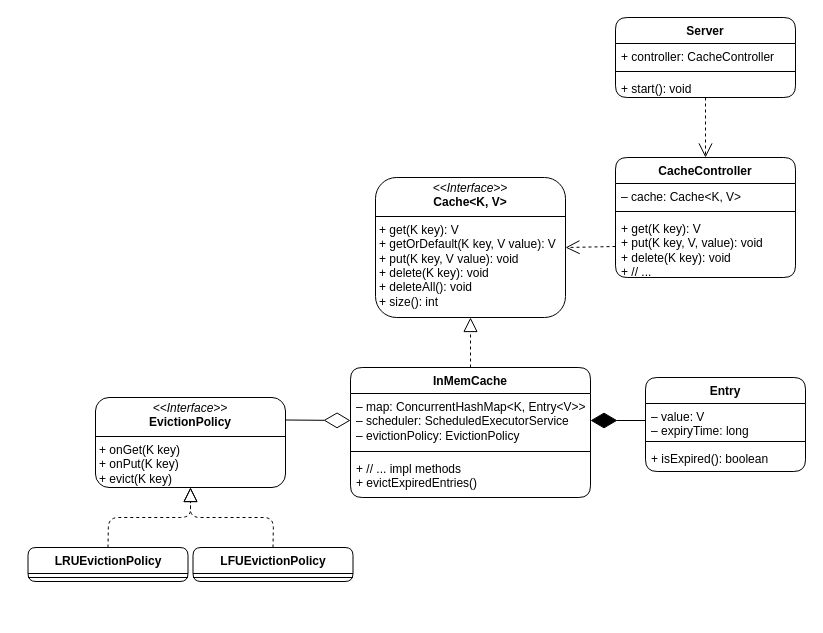
frankziegler3rd/lil-cache keeps this draw.io diagram as assets/lil-cache-LLD.drawio. Above is the earlier version. Source tidied: cells renumbered, new cells numbered last; positions are measured from the earlier drawing's top-left corner, leaving out a move shared by most shapes. Both pictures are drawn from the tidied source at 100%, with x=0, y=0 at pixel (27, 17).
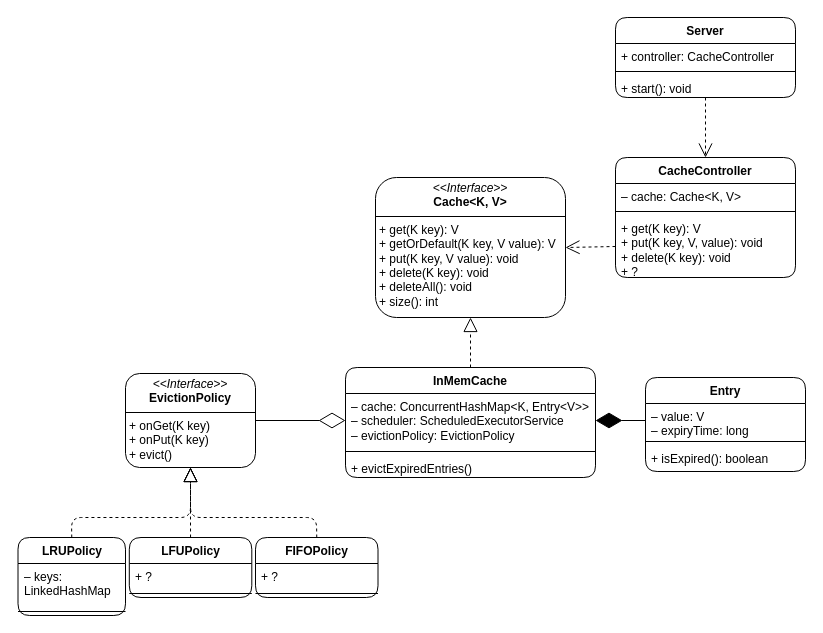
The same page after the edit.

Unchanged cells that the change refers to:
```xml
<mxCell id="25" value="CacheController" style="swimlane;fontStyle=1;align=center;verticalAlign=top;horizontal=1;startSize=26;whiteSpace=wrap;html=1;rounded=1;" parent="1" vertex="1">
  <mxGeometry x="588" y="140" width="180" height="120" as="geometry" />
</mxCell>
```

What changed in the source:
```diff
@@
     <mxCell id="3" value="InMemCache" style="swimlane;fontStyle=1;align=center;verticalAlign=top;horizontal=1;startSize=26;whiteSpace=wrap;html=1;rounded=1;" parent="1" vertex="1">
-      <mxGeometry x="323" y="350" width="240" height="130" as="geometry" />
+      <mxGeometry x="318" y="350" width="250" height="110" as="geometry" />
     </mxCell>
-    <mxCell id="4" value="&lt;div&gt;– map:&amp;nbsp;ConcurrentHashMap&amp;lt;K, Entry&amp;lt;V&amp;gt;&amp;gt;&lt;/div&gt;&lt;div&gt;– scheduler: ScheduledExecutorService&lt;/div&gt;&lt;div&gt;– evictionPolicy: EvictionPolicy&lt;/div&gt;" style="text;strokeColor=none;fillColor=none;align=left;verticalAlign=top;spacingLeft=4;spacingRight=4;overflow=hidden;points=[[0,0.5],[1,0.5]];portConstraint=eastwest;whiteSpace=wrap;html=1;" parent="3" vertex="1">
-      <mxGeometry y="26" width="240" height="54" as="geometry" />
+    <mxCell id="4" value="&lt;div&gt;– cache:&amp;nbsp;ConcurrentHashMap&amp;lt;K, Entry&amp;lt;V&amp;gt;&amp;gt;&lt;/div&gt;&lt;div&gt;– scheduler: ScheduledExecutorService&lt;/div&gt;&lt;div&gt;– evictionPolicy: EvictionPolicy&lt;/div&gt;" style="text;strokeColor=none;fillColor=none;align=left;verticalAlign=top;spacingLeft=4;spacingRight=4;overflow=hidden;points=[[0,0.5],[1,0.5]];portConstraint=eastwest;whiteSpace=wrap;html=1;" parent="3" vertex="1">
+      <mxGeometry y="26" width="250" height="54" as="geometry" />
     </mxCell>
     <mxCell id="5" style="line;strokeWidth=1;fillColor=none;align=left;verticalAlign=middle;spacingTop=-1;spacingLeft=3;spacingRight=3;labelPosition=right;strokeColor=inherit;" parent="3" vertex="1">
-      <mxGeometry y="80" width="240" height="8" as="geometry" />
+      <mxGeometry y="80" width="250" height="8" as="geometry" />
     </mxCell>
-    <mxCell id="6" value="+ // ... impl methods&lt;br&gt;+ evictExpiredEntries()" style="text;strokeColor=none;fillColor=none;align=left;verticalAlign=top;spacingLeft=4;spacingRight=4;overflow=hidden;whiteSpace=wrap;html=1;" parent="3" vertex="1">
-      <mxGeometry y="88" width="240" height="42" as="geometry" />
+    <mxCell id="6" value="+ evictExpiredEntries()" style="text;strokeColor=none;fillColor=none;align=left;verticalAlign=top;spacingLeft=4;spacingRight=4;overflow=hidden;whiteSpace=wrap;html=1;" parent="3" vertex="1">
+      <mxGeometry y="88" width="250" height="22" as="geometry" />
     </mxCell>
@@
-    <mxCell id="13" style="endArrow=diamondThin;endFill=0;endSize=24;html=1;rounded=0;entryX=0;entryY=0.5;entryDx=0;entryDy=0;exitX=1;exitY=0.25;exitDx=0;exitDy=0;" parent="1" edge="1" source="14" target="4">
+    <mxCell id="13" style="endArrow=diamondThin;endFill=0;endSize=24;html=1;rounded=0;entryX=0;entryY=0.5;entryDx=0;entryDy=0;exitX=1;exitY=0.5;exitDx=0;exitDy=0;" parent="1" edge="1" source="14" target="4">
       <mxGeometry relative="1" as="geometry" />
     </mxCell>
-    <mxCell id="14" value="&lt;p style=&quot;margin:0px;margin-top:4px;text-align:center;&quot;&gt;&lt;i&gt;&amp;lt;&amp;lt;Interface&amp;gt;&amp;gt;&lt;/i&gt;&lt;br&gt;&lt;b&gt;EvictionPolicy&lt;/b&gt;&lt;/p&gt;&lt;hr size=&quot;1&quot; style=&quot;border-style:solid;&quot;&gt;&lt;p style=&quot;margin:0px;margin-left:4px;&quot;&gt;+ onGet(K key)&lt;br&gt;+ onPut(K key)&lt;/p&gt;&lt;p style=&quot;margin:0px;margin-left:4px;&quot;&gt;+ evict(K key)&lt;/p&gt;" style="verticalAlign=top;align=left;overflow=fill;html=1;whiteSpace=wrap;rounded=1;" parent="1" vertex="1">
-      <mxGeometry x="68" y="380" width="190" height="90" as="geometry" />
+    <mxCell id="14" value="&lt;p style=&quot;margin:0px;margin-top:4px;text-align:center;&quot;&gt;&lt;i&gt;&amp;lt;&amp;lt;Interface&amp;gt;&amp;gt;&lt;/i&gt;&lt;br&gt;&lt;b&gt;EvictionPolicy&lt;/b&gt;&lt;/p&gt;&lt;hr size=&quot;1&quot; style=&quot;border-style:solid;&quot;&gt;&lt;p style=&quot;margin:0px;margin-left:4px;&quot;&gt;+ onGet(K key)&lt;br&gt;+ onPut(K key)&lt;/p&gt;&lt;p style=&quot;margin:0px;margin-left:4px;&quot;&gt;+ evict()&lt;/p&gt;" style="verticalAlign=top;align=left;overflow=fill;html=1;whiteSpace=wrap;rounded=1;" parent="1" vertex="1">
+      <mxGeometry x="98" y="356" width="130" height="94" as="geometry" />
     </mxCell>
     <mxCell id="15" style="endArrow=block;dashed=1;endFill=0;endSize=12;html=1;rounded=1;entryX=0.5;entryY=1;entryDx=0;entryDy=0;exitX=0.5;exitY=0;exitDx=0;exitDy=0;curved=0;" parent="1" edge="1" source="16" target="14">
       <mxGeometry relative="1" as="geometry">
         <Array as="points">
-          <mxPoint x="81" y="500" />
+          <mxPoint x="44" y="500" />
           <mxPoint x="163" y="500" />
         </Array>
       </mxGeometry>
     </mxCell>
-    <mxCell id="16" value="LRUEvictionPolicy" style="swimlane;fontStyle=1;align=center;verticalAlign=top;horizontal=1;startSize=26;whiteSpace=wrap;html=1;rounded=1;" parent="1" vertex="1">
-      <mxGeometry x="0.5" y="530" width="160" height="34" as="geometry" />
+    <mxCell id="16" value="LRUPolicy" style="swimlane;fontStyle=1;align=center;verticalAlign=top;horizontal=1;startSize=26;whiteSpace=wrap;html=1;rounded=1;" parent="1" vertex="1">
+      <mxGeometry x="-9.5" y="520" width="107.5" height="78" as="geometry" />
     </mxCell>
+    <mxCell id="31" value="– keys: LinkedHashMap" style="text;strokeColor=none;fillColor=none;align=left;verticalAlign=top;spacingLeft=4;spacingRight=4;overflow=hidden;whiteSpace=wrap;html=1;" parent="16" vertex="1">
+      <mxGeometry y="26" width="107.5" height="44" as="geometry" />
+    </mxCell>
     <mxCell id="17" style="line;strokeWidth=1;fillColor=none;align=left;verticalAlign=middle;spacingTop=-1;spacingLeft=3;spacingRight=3;labelPosition=right;strokeColor=inherit;" parent="16" vertex="1">
-      <mxGeometry y="26" width="160" height="8" as="geometry" />
+      <mxGeometry y="70" width="107.5" height="8" as="geometry" />
     </mxCell>
-    <mxCell id="18" value="LFUEvictionPolicy" style="swimlane;fontStyle=1;align=center;verticalAlign=top;horizontal=1;startSize=26;whiteSpace=wrap;html=1;rounded=1;" parent="1" vertex="1">
-      <mxGeometry x="165.5" y="530" width="160" height="34" as="geometry" />
+    <mxCell id="18" value="LFUPolicy" style="swimlane;fontStyle=1;align=center;verticalAlign=top;horizontal=1;startSize=26;whiteSpace=wrap;html=1;rounded=1;" parent="1" vertex="1">
+      <mxGeometry x="101.8" y="520" width="122.5" height="60" as="geometry" />
     </mxCell>
+    <mxCell id="32" value="+ ?" style="text;strokeColor=none;fillColor=none;align=left;verticalAlign=top;spacingLeft=4;spacingRight=4;overflow=hidden;whiteSpace=wrap;html=1;" parent="18" vertex="1">
+      <mxGeometry y="26" width="122.5" height="26" as="geometry" />
+    </mxCell>
     <mxCell id="19" style="line;strokeWidth=1;fillColor=none;align=left;verticalAlign=middle;spacingTop=-1;spacingLeft=3;spacingRight=3;labelPosition=right;strokeColor=inherit;" parent="18" vertex="1">
-      <mxGeometry y="26" width="160" height="8" as="geometry" />
+      <mxGeometry y="52" width="122.5" height="8" as="geometry" />
     </mxCell>
     <mxCell id="20" style="endArrow=block;dashed=1;endFill=0;endSize=12;html=1;rounded=1;entryX=0.5;entryY=1;entryDx=0;entryDy=0;exitX=0.5;exitY=0;exitDx=0;exitDy=0;curved=0;" parent="1" edge="1" source="18" target="14">
       <mxGeometry relative="1" as="geometry">
         <Array as="points">
-          <mxPoint x="246" y="500" />
           <mxPoint x="163" y="500" />
         </Array>
       </mxGeometry>
     </mxCell>
@@
-    <mxCell id="28" value="&lt;div&gt;+ get(K key): V&lt;/div&gt;&lt;div&gt;+ put(K key, V, value): void&lt;/div&gt;&lt;div&gt;+ delete(K key): void&lt;/div&gt;&lt;div&gt;+ // ...&lt;/div&gt;" style="text;strokeColor=none;fillColor=none;align=left;verticalAlign=top;spacingLeft=4;spacingRight=4;overflow=hidden;points=[[0,0.5],[1,0.5]];portConstraint=eastwest;whiteSpace=wrap;html=1;" parent="25" vertex="1">
+    <mxCell id="28" value="&lt;div&gt;+ get(K key): V&lt;/div&gt;&lt;div&gt;+ put(K key, V, value): void&lt;/div&gt;&lt;div&gt;+ delete(K key): void&lt;/div&gt;&lt;div&gt;+ ?&lt;/div&gt;" style="text;strokeColor=none;fillColor=none;align=left;verticalAlign=top;spacingLeft=4;spacingRight=4;overflow=hidden;points=[[0,0.5],[1,0.5]];portConstraint=eastwest;whiteSpace=wrap;html=1;" parent="25" vertex="1">
       <mxGeometry y="58" width="180" height="62" as="geometry" />
     </mxCell>
@@
+    <mxCell id="33" value="FIFOPolicy" style="swimlane;fontStyle=1;align=center;verticalAlign=top;horizontal=1;startSize=26;whiteSpace=wrap;html=1;rounded=1;" parent="1" vertex="1">
+      <mxGeometry x="228" y="520" width="122.5" height="60" as="geometry" />
+    </mxCell>
+    <mxCell id="34" value="+ ?" style="text;strokeColor=none;fillColor=none;align=left;verticalAlign=top;spacingLeft=4;spacingRight=4;overflow=hidden;whiteSpace=wrap;html=1;" parent="33" vertex="1">
+      <mxGeometry y="26" width="122.5" height="26" as="geometry" />
+    </mxCell>
+    <mxCell id="35" style="line;strokeWidth=1;fillColor=none;align=left;verticalAlign=middle;spacingTop=-1;spacingLeft=3;spacingRight=3;labelPosition=right;strokeColor=inherit;" parent="33" vertex="1">
+      <mxGeometry y="52" width="122.5" height="8" as="geometry" />
+    </mxCell>
+    <mxCell id="36" style="endArrow=block;dashed=1;endFill=0;endSize=12;html=1;rounded=1;entryX=0.5;entryY=1;entryDx=0;entryDy=0;exitX=0.5;exitY=0;exitDx=0;exitDy=0;curved=0;" parent="1" edge="1" source="33" target="14">
+      <mxGeometry relative="1" as="geometry">
+        <Array as="points">
+          <mxPoint x="289" y="500" />
+          <mxPoint x="163" y="500" />
+        </Array>
+      </mxGeometry>
+    </mxCell>
```
